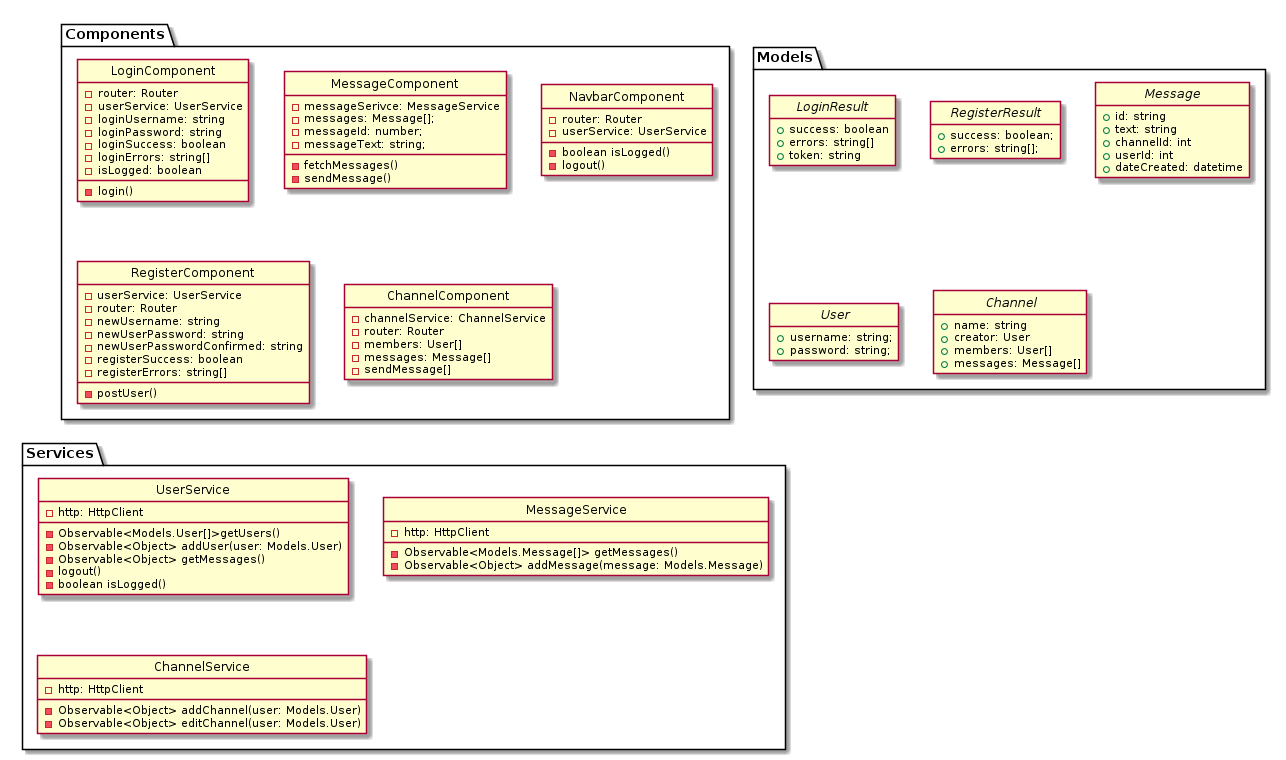
kkulewski/toktok-frontend keeps this PlantUML diagram as docs/diagrams/KlasDiagramfRont.png. Above is the earlier version. The source it was exported from:
```plantuml
@startuml
hide empty members
hide circle

namespace Components{
	class LoginComponent{
    	-router: Router
   		-userService: UserService
    	-loginUsername: string
  		-loginPassword: string
  		-loginSuccess: boolean
  		-loginErrors: string[]
		-isLogged: boolean

        - login()
    }
    class MessageComponent{
    	-messageSerivce: MessageService
        -messages: Message[];
        -messageId: number;
		-messageText: string;
        -fetchMessages()
        -sendMessage()
    }
    class NavbarComponent{
    	-router: Router
        -userService: UserService
        -boolean isLogged()
        -logout()
    }

    class RegisterComponent{
    	-userService: UserService
        -router: Router
        -newUsername: string
 		-newUserPassword: string
		-newUserPasswordConfirmed: string
    	-registerSuccess: boolean
 		-registerErrors: string[]
        -postUser()
    }

    class ChannelComponent{
    	-channelService: ChannelService
        -router: Router
        -members: User[]
        -messages: Message[]
        -sendMessage[]
    }
}

namespace Models{
	interface LoginResult{
    	+success: boolean
        +errors: string[]
		+token: string
    }
    interface RegisterResult{
    	+success: boolean;
		+errors: string[];
    }
    interface Message{
   	 	+id: string
		+text: string
        +channelId: int
        +userId: int
        +dateCreated: datetime
    }
    interface User{
    	+username: string;
		+password: string;
    }
    interface Channel{
    	+name: string
        +creator: User
     	+members: User[]
        +messages: Message[]
    }
}

namespace Services{
	class UserService{
    	-http: HttpClient
        -Observable<Models.User[]>getUsers()
        -Observable<Object> addUser(user: Models.User)
        -Observable<Object> getMessages()
        -logout()
        -boolean isLogged()
    }
    class MessageService{
    	-http: HttpClient
        -Observable<Models.Message[]> getMessages()
        -Observable<Object> addMessage(message: Models.Message)
    }
    class ChannelService{
    	-http: HttpClient
        -Observable<Object> addChannel(user: Models.User)
		-Observable<Object> editChannel(user: Models.User)
    }
}
@enduml
```
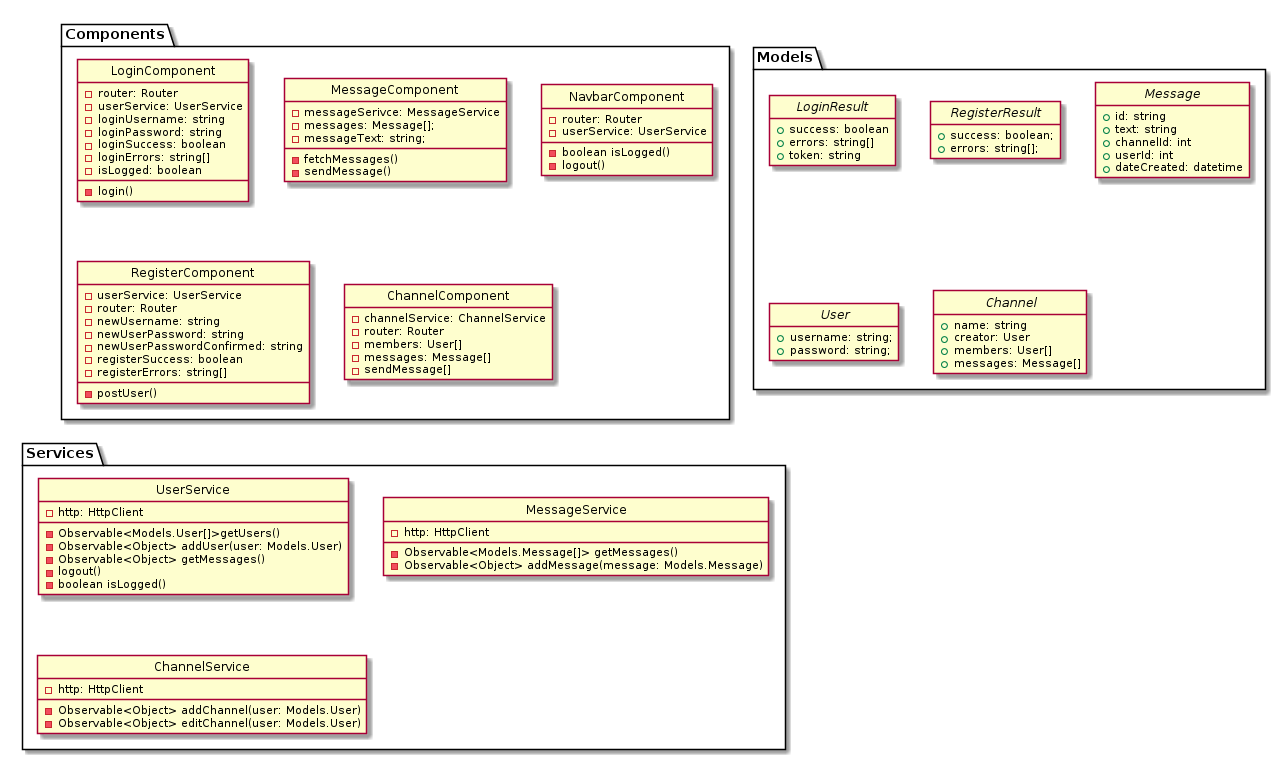
After the commit.

Change to the diagram source:
```diff
@@ -17,7 +17,6 @@
     class MessageComponent{
     	-messageSerivce: MessageService
         -messages: Message[];
-        -messageId: number;
 		-messageText: string;
         -fetchMessages()
         -sendMessage()
```
